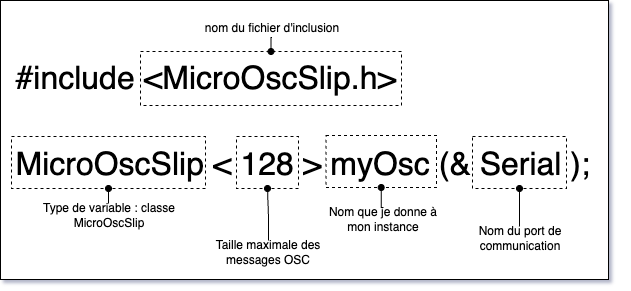
Above: microosc/initialisation/microosc_initialisation.drawio.png in thomasfredericks/aide (draw.io), before the change. Source tidied: cells renumbered, new cells last; positions are measured from the earlier drawing's top-left corner, leaving out a move shared by most shapes.
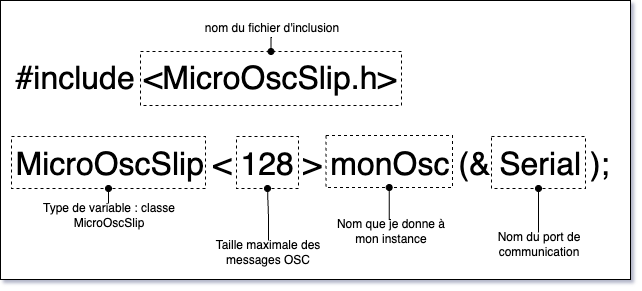
Later version of the same file.

Commit message:
myOSC -> monOSC

Diff of the diagram source:
```diff
@@ -3,8 +3,14 @@
     <mxCell id="0" />
     <mxCell id="1" parent="0" />
     <mxCell id="2" style="rounded=0;whiteSpace=wrap;html=1;" parent="1" vertex="1">
-      <mxGeometry width="608" height="279" as="geometry" />
+      <mxGeometry width="630" height="279" as="geometry" />
     </mxCell>
+    <mxCell id="7" value="&lt;font style=&quot;font-size: 32px;&quot;&gt;MicroOscSlip &amp;lt; 128 &amp;gt; monOsc (&amp;amp; Serial );&lt;/font&gt;" style="text;html=1;align=left;verticalAlign=middle;whiteSpace=wrap;rounded=0;" parent="1" vertex="1">
+      <mxGeometry x="12.8" y="135" width="606.2" height="55" as="geometry" />
+    </mxCell>
+    <mxCell id="10" style="rounded=0;whiteSpace=wrap;html=1;dashed=1;fillColor=none;" parent="1" vertex="1">
+      <mxGeometry x="325.4" y="135" width="126.6" height="52" as="geometry" />
+    </mxCell>
     <mxCell id="3" value="&lt;font style=&quot;font-size: 32px;&quot;&gt;#include &amp;lt;MicroOscSlip.h&amp;gt;&lt;/font&gt;" style="text;html=1;align=left;verticalAlign=middle;whiteSpace=wrap;rounded=0;" parent="1" vertex="1">
       <mxGeometry x="12.8" y="49" width="448" height="55" as="geometry" />
     </mxCell>
@@ -17,20 +23,14 @@
     <mxCell id="6" value="nom du fichier d'inclusion" style="text;html=1;align=center;verticalAlign=middle;whiteSpace=wrap;rounded=0;" parent="1" vertex="1">
       <mxGeometry x="188" y="16" width="167" height="21" as="geometry" />
     </mxCell>
-    <mxCell id="7" value="&lt;font style=&quot;font-size: 32px;&quot;&gt;MicroOscSlip &amp;lt; 128 &amp;gt; myOsc (&amp;amp; Serial );&lt;/font&gt;" style="text;html=1;align=left;verticalAlign=middle;whiteSpace=wrap;rounded=0;" parent="1" vertex="1">
-      <mxGeometry x="12.8" y="135" width="606.2" height="55" as="geometry" />
-    </mxCell>
     <mxCell id="8" style="rounded=0;whiteSpace=wrap;html=1;dashed=1;fillColor=none;" parent="1" vertex="1">
       <mxGeometry x="11" y="136" width="194" height="52" as="geometry" />
     </mxCell>
     <mxCell id="9" style="rounded=0;whiteSpace=wrap;html=1;dashed=1;fillColor=none;" parent="1" vertex="1">
       <mxGeometry x="236" y="136" width="62" height="52" as="geometry" />
     </mxCell>
-    <mxCell id="10" style="rounded=0;whiteSpace=wrap;html=1;dashed=1;fillColor=none;" parent="1" vertex="1">
-      <mxGeometry x="325.4" y="135" width="110.6" height="52" as="geometry" />
-    </mxCell>
     <mxCell id="11" style="rounded=0;whiteSpace=wrap;html=1;dashed=1;fillColor=none;" parent="1" vertex="1">
-      <mxGeometry x="472" y="136" width="94" height="52" as="geometry" />
+      <mxGeometry x="491" y="136" width="94" height="52" as="geometry" />
     </mxCell>
     <mxCell id="12" style="edgeStyle=orthogonalEdgeStyle;rounded=0;jettySize=auto;html=1;exitX=0.5;exitY=0;exitDx=0;exitDy=0;entryX=0.5;entryY=1;entryDx=0;entryDy=0;endArrow=oval;endFill=1;" parent="1" edge="1" source="13" target="8">
       <mxGeometry relative="1" as="geometry" />
@@ -48,13 +48,13 @@
       <mxGeometry relative="1" as="geometry" />
     </mxCell>
     <mxCell id="17" value="Nom que je donne à mon instance" style="text;html=1;align=center;verticalAlign=middle;whiteSpace=wrap;rounded=0;" parent="1" vertex="1">
-      <mxGeometry x="325.4" y="207" width="115" height="21" as="geometry" />
+      <mxGeometry x="333" y="219" width="115" height="21" as="geometry" />
     </mxCell>
     <mxCell id="18" style="edgeStyle=orthogonalEdgeStyle;rounded=0;jettySize=auto;html=1;exitX=0.5;exitY=0;exitDx=0;exitDy=0;entryX=0.5;entryY=1;entryDx=0;entryDy=0;endArrow=oval;endFill=1;" parent="1" edge="1" source="19" target="11">
       <mxGeometry relative="1" as="geometry" />
     </mxCell>
     <mxCell id="19" value="Nom du port de communication" style="text;html=1;align=center;verticalAlign=middle;whiteSpace=wrap;rounded=0;" parent="1" vertex="1">
-      <mxGeometry x="461.5" y="226" width="115" height="21" as="geometry" />
+      <mxGeometry x="480.5" y="232" width="115" height="21" as="geometry" />
     </mxCell>
   </root>
 </mxGraphModel>
```
